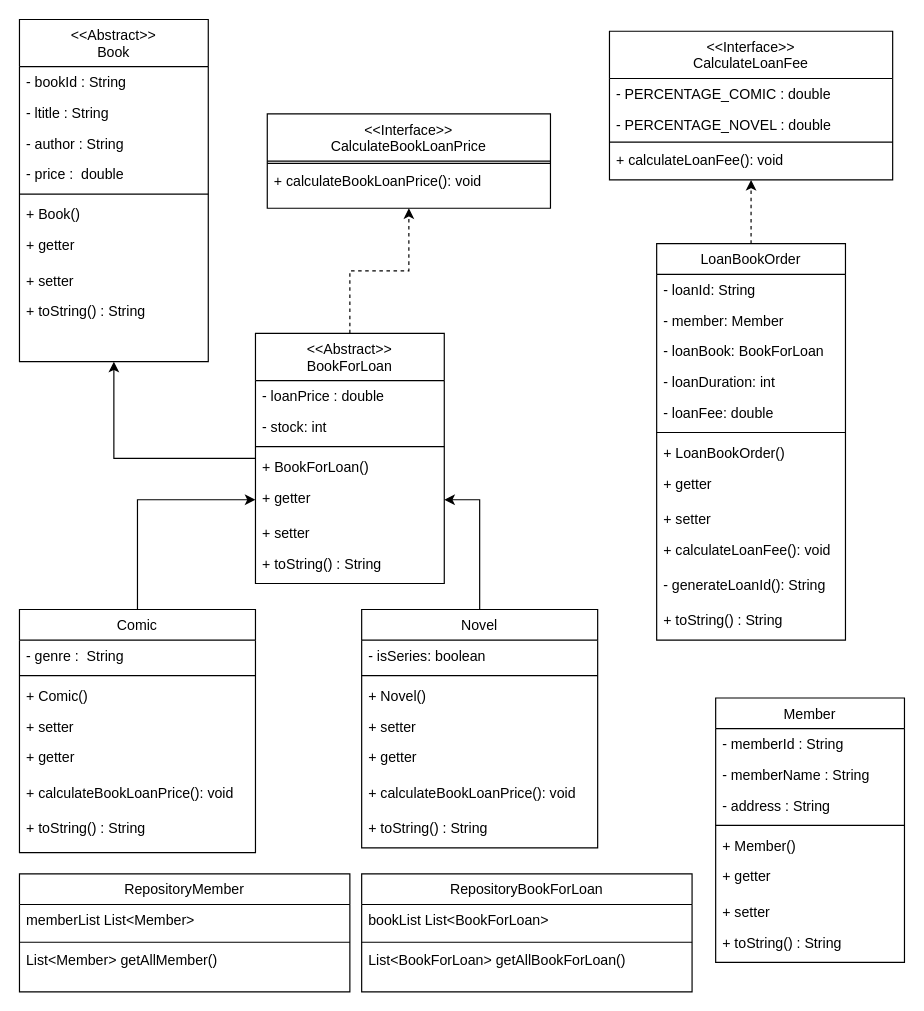
This is Diagram_aplikasi-rental-buku-sahrul.drawio from sahrul1610/Learning_java, a draw.io file, before an edit. Source tidied: cells renumbered, new cells numbered last; positions are measured from the earlier drawing's top-left corner, leaving out a move shared by most shapes. Both pictures are drawn from the tidied source at 118%, with x=0, y=0 at pixel (19, 19).
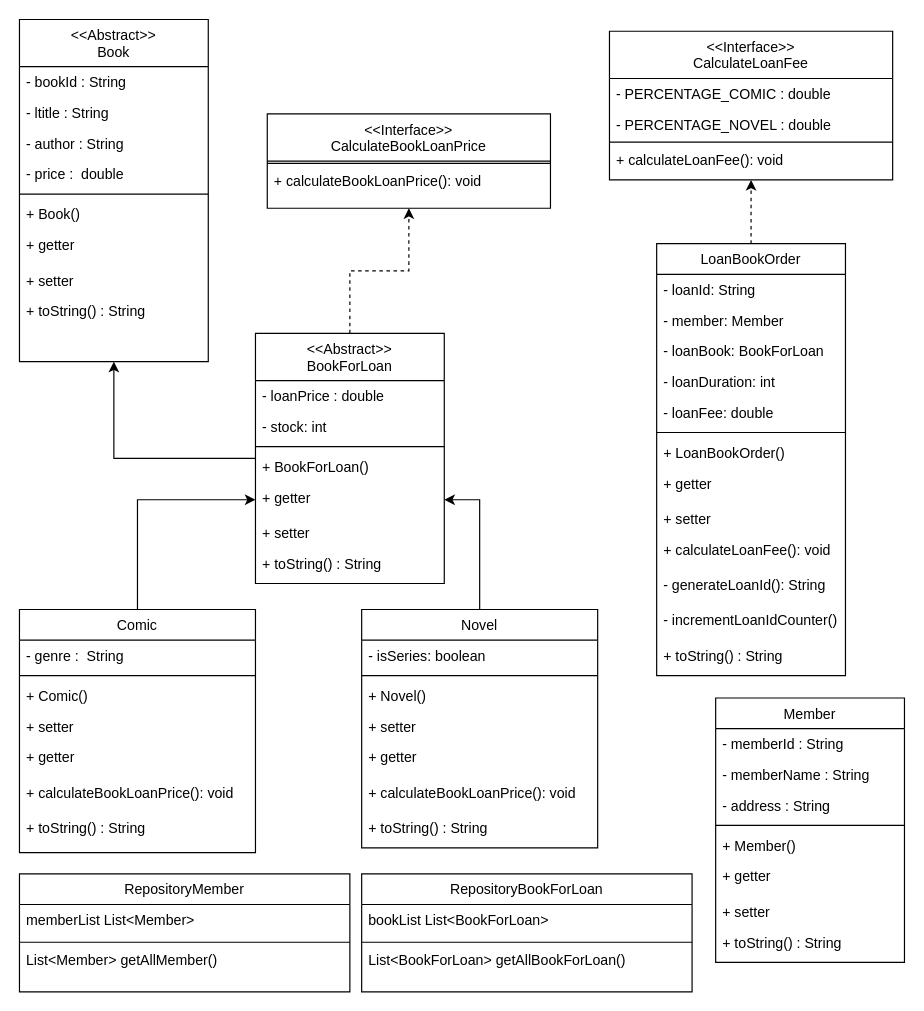
Above is the later version.

What changed in the source:
```diff
@@
     <mxCell id="50" value="LoanBookOrder" style="swimlane;fontStyle=0;align=center;verticalAlign=top;horizontal=1;startSize=26;rounded=0;shadow=0;strokeWidth=1;" parent="1" vertex="1">
-      <mxGeometry x="540" y="190" width="160" height="336" as="geometry" />
+      <mxGeometry x="540" y="190" width="160" height="366" as="geometry" />
     </mxCell>
@@
+    <mxCell id="79" value="- generateLoanId(): String" style="text;align=left;verticalAlign=top;spacingLeft=4;spacingRight=4;overflow=hidden;" parent="50" vertex="1">
+      <mxGeometry y="276" width="160" height="30" as="geometry" />
+    </mxCell>
-    <mxCell id="61" value="- generateLoanId(): String" style="text;align=left;verticalAlign=top;spacingLeft=4;spacingRight=4;overflow=hidden;" parent="50" vertex="1">
-      <mxGeometry y="276" width="160" height="30" as="geometry" />
+    <mxCell id="61" value="- incrementLoanIdCounter()" style="text;align=left;verticalAlign=top;spacingLeft=4;spacingRight=4;overflow=hidden;" parent="50" vertex="1">
+      <mxGeometry y="306" width="160" height="30" as="geometry" />
     </mxCell>
     <mxCell id="62" value="+ toString() : String" style="text;align=left;verticalAlign=top;spacingLeft=4;spacingRight=4;overflow=hidden;" parent="50" vertex="1">
-      <mxGeometry y="306" width="160" height="30" as="geometry" />
+      <mxGeometry y="336" width="160" height="30" as="geometry" />
     </mxCell>
```
